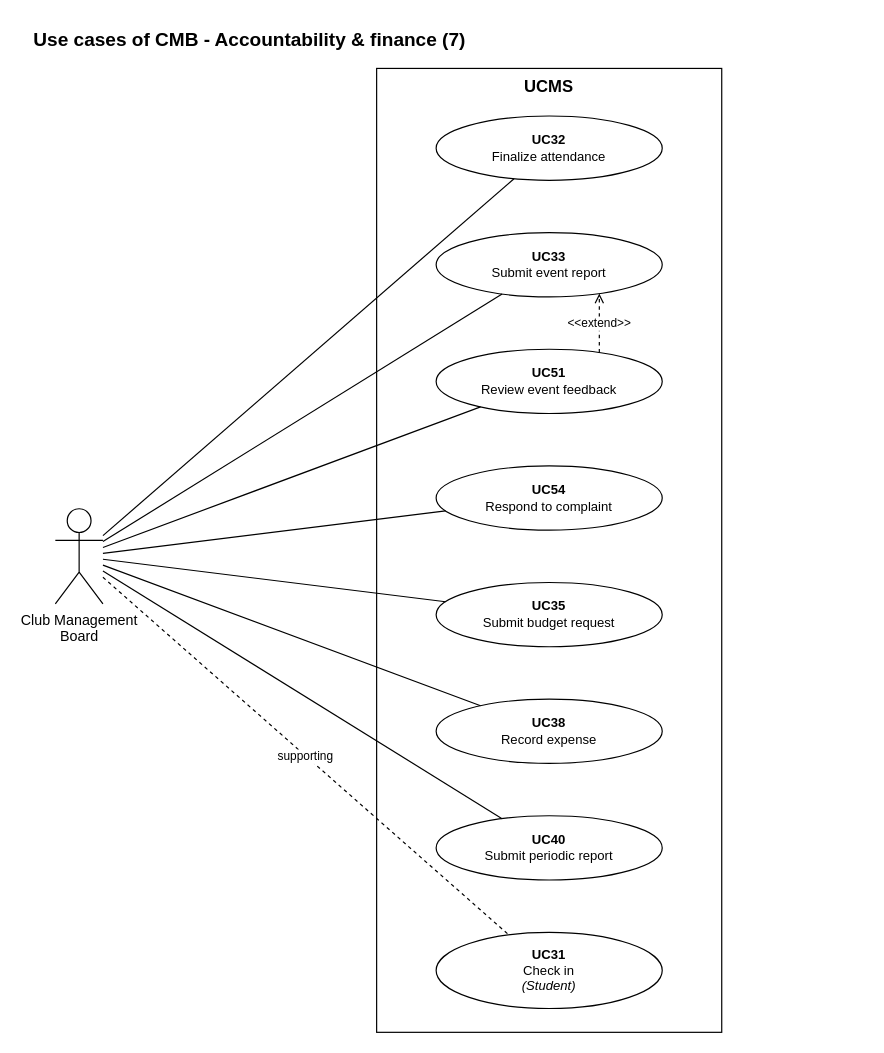
Earlier version of the draw.io diagram page "CMB 4 - Accountability & finance" (6 of 9) of docs/diagrams/UCMS_UseCase_ByActor.drawio (nvdekay/ClubManagementSystem). Source tidied: cells renumbered, new cells numbered last; positions are measured from the earlier drawing's top-left corner, leaving out a move shared by most shapes. Both pictures are drawn from the tidied source at 119%, with x=0, y=0 at pixel (31, 20).
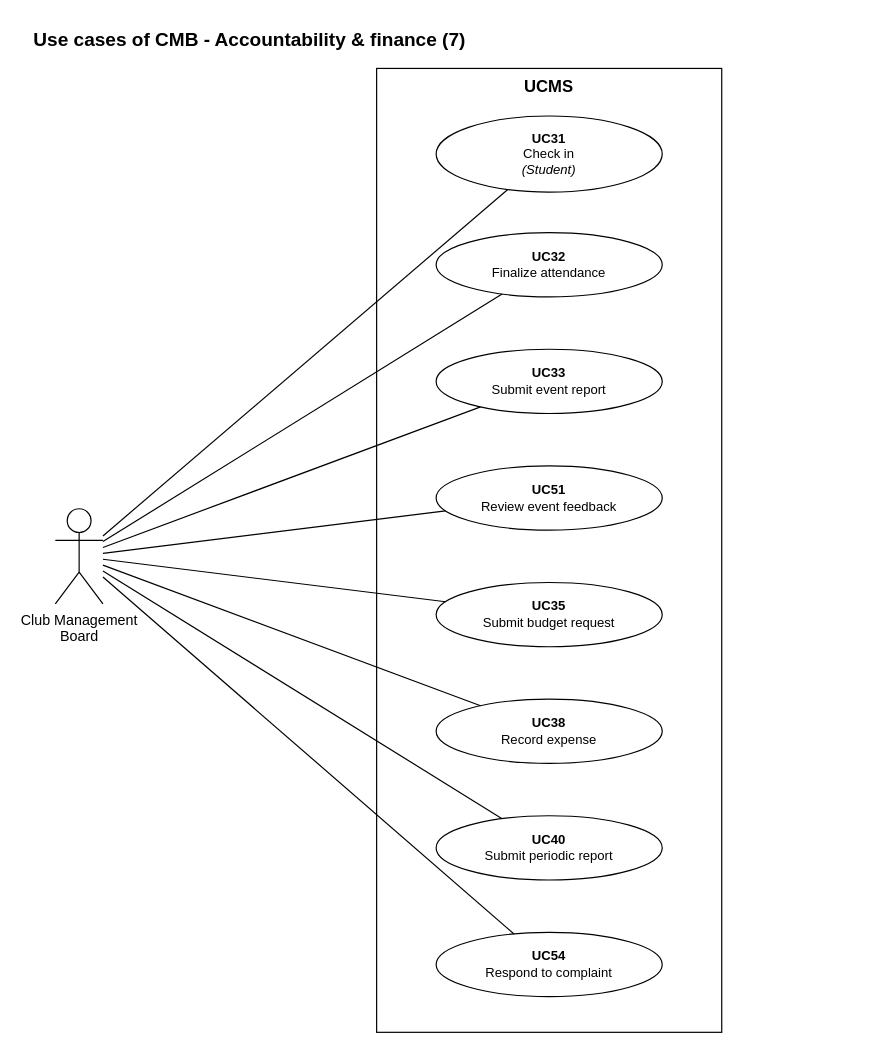
The same page after the edit.

Commit message (it also covers changes not shown here):
docs(diagrams): clean up the CMB 4 page notation (I30)

- CMB to UC31 is a plain association; the dashed "supporting" edge is
  not UML notation, and the supporting role stays in the spec.
- Drop UC51 «extend» UC33; the feedback summary is data UC33 reads,
  not behaviour inserted into its flow.
- Order the ovals by business flow: attendance and event close-out,
  finance, periodic report, complaint.
- Review tracker: add I30.

Unchanged cells that the change refers to:
```xml
<mxCell id="4" value="Club Management&lt;br&gt;Board" style="shape=umlActor;verticalLabelPosition=bottom;verticalAlign=top;html=1;outlineConnect=0;fillColor=#ffffff;strokeColor=#000000;" parent="1" vertex="1">
  <mxGeometry x="20" y="410" width="40" height="80" as="geometry" />
</mxCell>
```

Change to the diagram source:
```diff
@@
     <mxCell id="5" value="&lt;b&gt;UC32&lt;/b&gt;&lt;br&gt;Finalize attendance" style="ellipse;whiteSpace=wrap;html=1;fillColor=#ffffff;strokeColor=#000000;fontSize=11;" parent="1" vertex="1">
-      <mxGeometry x="340" y="80" width="190" height="54" as="geometry" />
+      <mxGeometry x="340" y="178" width="190" height="54" as="geometry" />
     </mxCell>
@@
     <mxCell id="7" value="&lt;b&gt;UC33&lt;/b&gt;&lt;br&gt;Submit event report" style="ellipse;whiteSpace=wrap;html=1;fillColor=#ffffff;strokeColor=#000000;fontSize=11;" parent="1" vertex="1">
-      <mxGeometry x="340" y="178" width="190" height="54" as="geometry" />
+      <mxGeometry x="340" y="276" width="190" height="54" as="geometry" />
     </mxCell>
@@
     <mxCell id="9" value="&lt;b&gt;UC51&lt;/b&gt;&lt;br&gt;Review event feedback" style="ellipse;whiteSpace=wrap;html=1;fillColor=#ffffff;strokeColor=#000000;fontSize=11;" parent="1" vertex="1">
-      <mxGeometry x="340" y="276" width="190" height="54" as="geometry" />
+      <mxGeometry x="340" y="374" width="190" height="54" as="geometry" />
     </mxCell>
@@
     <mxCell id="11" value="&lt;b&gt;UC54&lt;/b&gt;&lt;br&gt;Respond to complaint" style="ellipse;whiteSpace=wrap;html=1;fillColor=#ffffff;strokeColor=#000000;fontSize=11;" parent="1" vertex="1">
-      <mxGeometry x="340" y="374" width="190" height="54" as="geometry" />
+      <mxGeometry x="340" y="766" width="190" height="54" as="geometry" />
     </mxCell>
@@
     <mxCell id="19" value="&lt;b&gt;UC31&lt;/b&gt;&lt;br&gt;Check in&lt;br&gt;&lt;i&gt;(Student)&lt;/i&gt;" style="ellipse;whiteSpace=wrap;html=1;fillColor=#ffffff;strokeColor=#000000;fontSize=11;" parent="1" vertex="1">
-      <mxGeometry x="340" y="766" width="190" height="64" as="geometry" />
+      <mxGeometry x="340" y="80" width="190" height="64" as="geometry" />
     </mxCell>
-    <mxCell id="20" value="supporting" style="endArrow=none;dashed=1;html=1;fontSize=10;labelBackgroundColor=#ffffff;" parent="1" edge="1" source="4" target="19">
+    <mxCell id="20" style="endArrow=none;html=1;strokeColor=#000000;" parent="1" edge="1" source="4" target="19">
       <mxGeometry relative="1" as="geometry" />
     </mxCell>
-    <mxCell id="21" value="&amp;lt;&amp;lt;extend&amp;gt;&amp;gt;" style="endArrow=open;dashed=1;html=1;strokeColor=#000000;fontSize=10;labelBackgroundColor=#ffffff;exitX=0.75;exitY=0;entryX=0.75;entryY=1;" parent="1" edge="1" source="9" target="7">
-      <mxGeometry relative="1" as="geometry" />
-    </mxCell>
```
